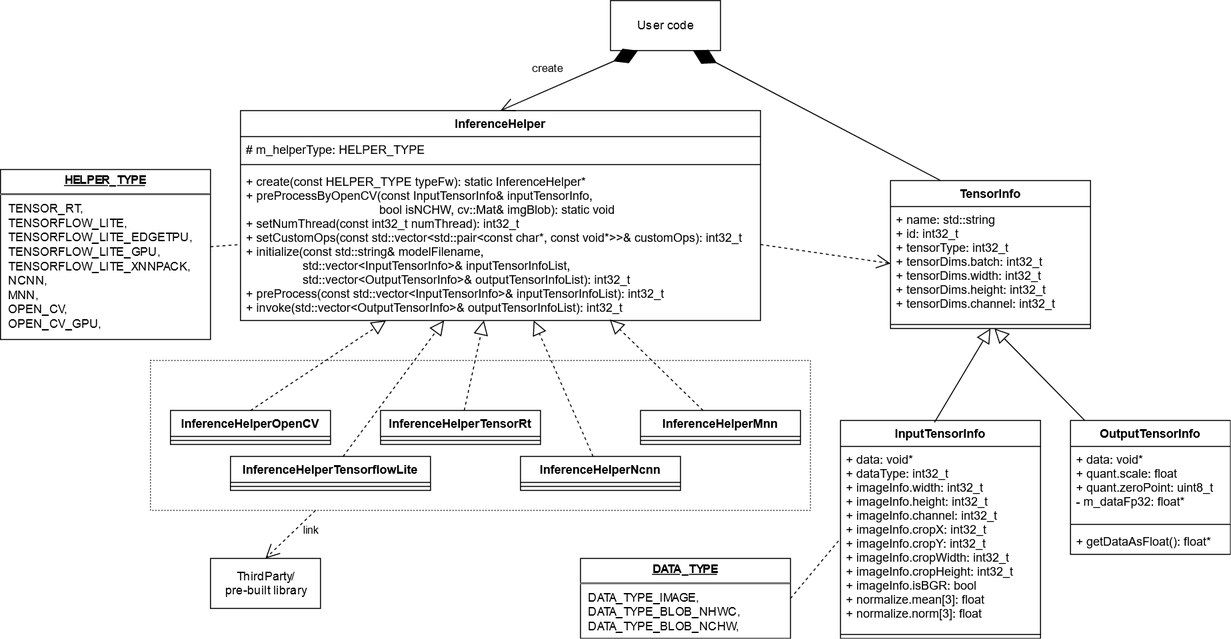
Above: 00_doc/class_diagram.png in iwatake2222/InferenceHelper (draw.io), before the change. Source tidied: cells renumbered, new cells last; positions are measured from the earlier drawing's top-left corner, leaving out a move shared by most shapes.
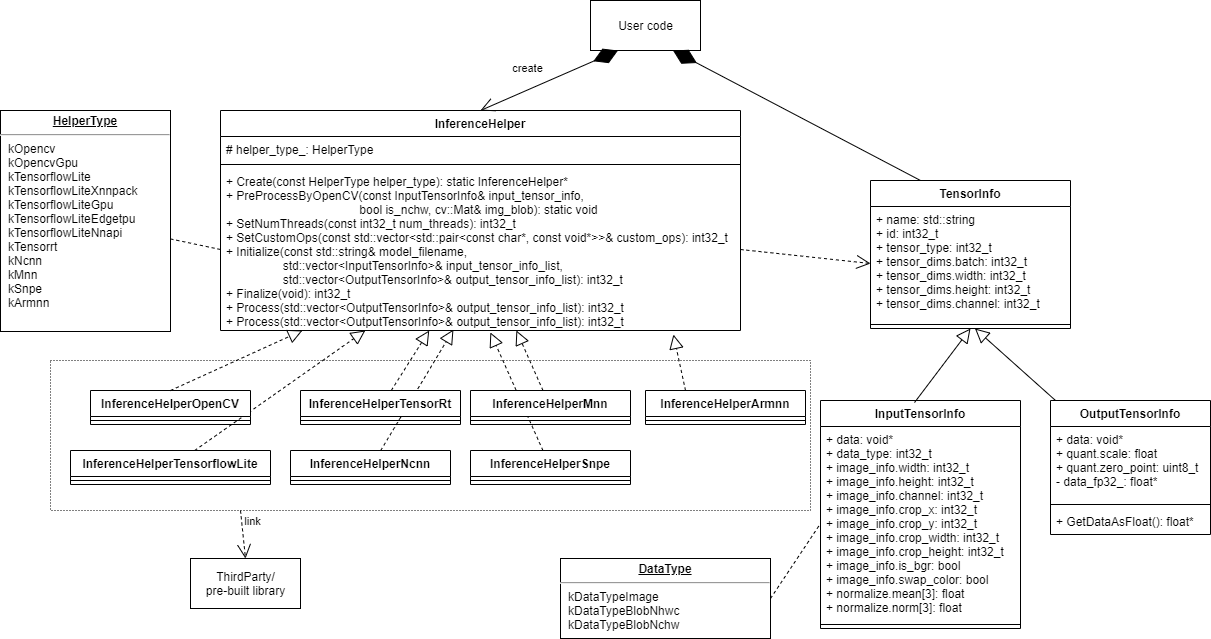
Later version of the same file.

Change to the diagram source:
```diff
@@ -2,34 +2,52 @@
   <root>
     <mxCell id="0" />
     <mxCell id="1" parent="0" />
+    <mxCell id="29" style="endArrow=block;dashed=1;endFill=0;endSize=12;html=1;" parent="1" edge="1" source="20" target="27">
+      <mxGeometry relative="1" as="geometry" />
+    </mxCell>
+    <mxCell id="44" style="endArrow=block;dashed=1;endFill=0;endSize=12;html=1;entryX=0.519;entryY=1.012;entryDx=0;entryDy=0;entryPerimeter=0;" parent="1" edge="1" source="45" target="27">
+      <mxGeometry relative="1" as="geometry" />
+    </mxCell>
+    <mxCell id="31" style="endArrow=block;dashed=1;endFill=0;endSize=12;html=1;entryX=0.448;entryY=0.994;entryDx=0;entryDy=0;entryPerimeter=0;" parent="1" edge="1" source="16" target="27">
+      <mxGeometry relative="1" as="geometry" />
+    </mxCell>
+    <mxCell id="16" value="InferenceHelperNcnn" style="swimlane;fontStyle=1;align=center;verticalAlign=top;horizontal=1;startSize=26;" parent="1" vertex="1">
+      <mxGeometry x="310" y="450" width="160" height="34" as="geometry" />
+    </mxCell>
+    <mxCell id="17" style="line;strokeWidth=1;fillColor=none;align=left;verticalAlign=middle;spacingTop=-1;spacingLeft=3;spacingRight=3;labelPosition=right;" parent="16" vertex="1">
+      <mxGeometry y="26" width="160" height="8" as="geometry" />
+    </mxCell>
+    <mxCell id="42" style="rounded=0;whiteSpace=wrap;html=1;fillColor=none;dashed=1;dashPattern=1 2;" parent="1" vertex="1">
+      <mxGeometry x="70" y="360" width="760" height="150" as="geometry" />
+    </mxCell>
     <mxCell id="2" value="TensorInfo" style="swimlane;fontStyle=1;align=center;verticalAlign=top;horizontal=1;startSize=26;" parent="1" vertex="1">
       <mxGeometry x="890" y="180" width="200" height="148" as="geometry" />
     </mxCell>
-    <mxCell id="3" value="+ name: std::string&#10;+ id: int32_t&#10;+ tensorType: int32_t&#10;+ tensorDims.batch: int32_t&#10;+ tensorDims.width: int32_t&#10;+ tensorDims.height: int32_t&#10;+ tensorDims.channel: int32_t&#10;" style="text;strokeColor=none;fillColor=none;align=left;verticalAlign=top;spacingLeft=4;spacingRight=4;overflow=hidden;points=[[0,0.5],[1,0.5]];portConstraint=eastwest;" parent="2" vertex="1">
+    <mxCell id="3" value="+ name: std::string&#10;+ id: int32_t&#10;+ tensor_type: int32_t&#10;+ tensor_dims.batch: int32_t&#10;+ tensor_dims.width: int32_t&#10;+ tensor_dims.height: int32_t&#10;+ tensor_dims.channel: int32_t&#10;" style="text;strokeColor=none;fillColor=none;align=left;verticalAlign=top;spacingLeft=4;spacingRight=4;overflow=hidden;points=[[0,0.5],[1,0.5]];portConstraint=eastwest;" parent="2" vertex="1">
       <mxGeometry y="26" width="200" height="114" as="geometry" />
     </mxCell>
     <mxCell id="4" style="line;strokeWidth=1;fillColor=none;align=left;verticalAlign=middle;spacingTop=-1;spacingLeft=3;spacingRight=3;labelPosition=right;points=[];portConstraint=eastwest;" parent="2" vertex="1">
       <mxGeometry y="140" width="200" height="8" as="geometry" />
     </mxCell>
     <mxCell id="5" value="InputTensorInfo" style="swimlane;fontStyle=1;align=center;verticalAlign=top;horizontal=1;startSize=26;" parent="1" vertex="1">
-      <mxGeometry x="840" y="420" width="200" height="218" as="geometry" />
+      <mxGeometry x="840" y="400" width="200" height="228" as="geometry" />
     </mxCell>
-    <mxCell id="6" value="+ data: void*&#10;+ dataType: int32_t&#10;+ imageInfo.width: int32_t&#10;+ imageInfo.height: int32_t&#10;+ imageInfo.channel: int32_t&#10;+ imageInfo.cropX: int32_t&#10;+ imageInfo.cropY: int32_t&#10;+ imageInfo.cropWidth: int32_t&#10;+ imageInfo.cropHeight: int32_t&#10;+ imageInfo.isBGR: bool&#10;+ normalize.mean[3]: float&#10;+ normalize.norm[3]: float" style="text;strokeColor=none;fillColor=none;align=left;verticalAlign=top;spacingLeft=4;spacingRight=4;overflow=hidden;points=[[0,0.5],[1,0.5]];portConstraint=eastwest;" parent="5" vertex="1">
-      <mxGeometry y="26" width="200" height="184" as="geometry" />
+    <mxCell id="6" value="+ data: void*&#10;+ data_type: int32_t&#10;+ image_info.width: int32_t&#10;+ image_info.height: int32_t&#10;+ image_info.channel: int32_t&#10;+ image_info.crop_x: int32_t&#10;+ image_info.crop_y: int32_t&#10;+ image_info.crop_width: int32_t&#10;+ image_info.crop_height: int32_t&#10;+ image_info.is_bgr: bool&#10;+ image_info.swap_color: bool&#10;+ normalize.mean[3]: float&#10;+ normalize.norm[3]: float" style="text;strokeColor=none;fillColor=none;align=left;verticalAlign=top;spacingLeft=4;spacingRight=4;overflow=hidden;points=[[0,0.5],[1,0.5]];portConstraint=eastwest;" parent="5" vertex="1">
+      <mxGeometry y="26" width="200" height="194" as="geometry" />
     </mxCell>
     <mxCell id="7" style="line;strokeWidth=1;fillColor=none;align=left;verticalAlign=middle;spacingTop=-1;spacingLeft=3;spacingRight=3;labelPosition=right;" parent="5" vertex="1">
-      <mxGeometry y="210" width="200" height="8" as="geometry" />
+      <mxGeometry y="220" width="200" height="8" as="geometry" />
     </mxCell>
     <mxCell id="8" value="OutputTensorInfo" style="swimlane;fontStyle=1;align=center;verticalAlign=top;horizontal=1;startSize=26;" parent="1" vertex="1">
-      <mxGeometry x="1070" y="420" width="160" height="134" as="geometry" />
+      <mxGeometry x="1070" y="400" width="160" height="134" as="geometry" />
     </mxCell>
-    <mxCell id="9" value="+ data: void*&#10;+ quant.scale: float&#10;+ quant.zeroPoint: uint8_t&#10;- m_dataFp32: float*" style="text;strokeColor=none;fillColor=none;align=left;verticalAlign=top;spacingLeft=4;spacingRight=4;overflow=hidden;" parent="8" vertex="1">
+    <mxCell id="9" value="+ data: void*&#10;+ quant.scale: float&#10;+ quant.zero_point: uint8_t&#10;- data_fp32_: float*" style="text;strokeColor=none;fillColor=none;align=left;verticalAlign=top;spacingLeft=4;spacingRight=4;overflow=hidden;" parent="8" vertex="1">
       <mxGeometry y="26" width="160" height="74" as="geometry" />
     </mxCell>
     <mxCell id="10" style="line;strokeWidth=1;fillColor=none;align=left;verticalAlign=middle;spacingTop=-1;spacingLeft=3;spacingRight=3;labelPosition=right;" parent="8" vertex="1">
       <mxGeometry y="100" width="160" height="8" as="geometry" />
     </mxCell>
-    <mxCell id="11" value="+ getDataAsFloat(): float*" style="text;strokeColor=none;fillColor=none;align=left;verticalAlign=top;spacingLeft=4;spacingRight=4;overflow=hidden;" parent="8" vertex="1">
+    <mxCell id="11" value="+ GetDataAsFloat(): float*" style="text;strokeColor=none;fillColor=none;align=left;verticalAlign=top;spacingLeft=4;spacingRight=4;overflow=hidden;" parent="8" vertex="1">
       <mxGeometry y="108" width="160" height="26" as="geometry" />
     </mxCell>
     <mxCell id="12" style="endArrow=block;endFill=0;endSize=12;html=1;entryX=0.5;entryY=1;entryDx=0;entryDy=0;exitX=0.47;exitY=0.009;exitDx=0;exitDy=0;exitPerimeter=0;" parent="1" edge="1" source="5" target="2">
@@ -39,66 +57,54 @@
       <mxGeometry relative="1" as="geometry" />
     </mxCell>
     <mxCell id="14" value="InferenceHelperMnn" style="swimlane;fontStyle=1;align=center;verticalAlign=top;horizontal=1;startSize=26;" parent="1" vertex="1">
-      <mxGeometry x="640" y="410" width="160" height="34" as="geometry" />
+      <mxGeometry x="490" y="390" width="160" height="34" as="geometry" />
     </mxCell>
     <mxCell id="15" style="line;strokeWidth=1;fillColor=none;align=left;verticalAlign=middle;spacingTop=-1;spacingLeft=3;spacingRight=3;labelPosition=right;" parent="14" vertex="1">
       <mxGeometry y="26" width="160" height="8" as="geometry" />
     </mxCell>
-    <mxCell id="16" value="InferenceHelperNcnn" style="swimlane;fontStyle=1;align=center;verticalAlign=top;horizontal=1;startSize=26;" parent="1" vertex="1">
-      <mxGeometry x="520" y="456" width="160" height="34" as="geometry" />
-    </mxCell>
-    <mxCell id="17" style="line;strokeWidth=1;fillColor=none;align=left;verticalAlign=middle;spacingTop=-1;spacingLeft=3;spacingRight=3;labelPosition=right;" parent="16" vertex="1">
-      <mxGeometry y="26" width="160" height="8" as="geometry" />
-    </mxCell>
     <mxCell id="18" value="InferenceHelperOpenCV" style="swimlane;fontStyle=1;align=center;verticalAlign=top;horizontal=1;startSize=26;" parent="1" vertex="1">
-      <mxGeometry x="170" y="410" width="160" height="34" as="geometry" />
+      <mxGeometry x="110" y="390" width="160" height="34" as="geometry" />
     </mxCell>
     <mxCell id="19" style="line;strokeWidth=1;fillColor=none;align=left;verticalAlign=middle;spacingTop=-1;spacingLeft=3;spacingRight=3;labelPosition=right;" parent="18" vertex="1">
       <mxGeometry y="26" width="160" height="8" as="geometry" />
     </mxCell>
     <mxCell id="20" value="InferenceHelperTensorflowLite" style="swimlane;fontStyle=1;align=center;verticalAlign=top;horizontal=1;startSize=26;" parent="1" vertex="1">
-      <mxGeometry x="230" y="456" width="200" height="34" as="geometry" />
+      <mxGeometry x="90" y="450" width="200" height="34" as="geometry" />
     </mxCell>
     <mxCell id="21" style="line;strokeWidth=1;fillColor=none;align=left;verticalAlign=middle;spacingTop=-1;spacingLeft=3;spacingRight=3;labelPosition=right;" parent="20" vertex="1">
       <mxGeometry y="26" width="200" height="8" as="geometry" />
     </mxCell>
     <mxCell id="22" value="InferenceHelperTensorRt" style="swimlane;fontStyle=1;align=center;verticalAlign=top;horizontal=1;startSize=26;" parent="1" vertex="1">
-      <mxGeometry x="380" y="410" width="160" height="34" as="geometry" />
+      <mxGeometry x="320" y="390" width="160" height="34" as="geometry" />
     </mxCell>
     <mxCell id="23" style="line;strokeWidth=1;fillColor=none;align=left;verticalAlign=middle;spacingTop=-1;spacingLeft=3;spacingRight=3;labelPosition=right;" parent="22" vertex="1">
       <mxGeometry y="26" width="160" height="8" as="geometry" />
     </mxCell>
     <mxCell id="24" value="InferenceHelper" style="swimlane;fontStyle=1;align=center;verticalAlign=top;horizontal=1;startSize=26;" parent="1" vertex="1">
-      <mxGeometry x="240" y="110" width="520" height="210" as="geometry" />
+      <mxGeometry x="240" y="110" width="520" height="220" as="geometry" />
     </mxCell>
-    <mxCell id="25" value="# m_helperType: HELPER_TYPE" style="text;strokeColor=none;fillColor=none;align=left;verticalAlign=top;spacingLeft=4;spacingRight=4;overflow=hidden;" parent="24" vertex="1">
+    <mxCell id="25" value="# helper_type_: HelperType" style="text;strokeColor=none;fillColor=none;align=left;verticalAlign=top;spacingLeft=4;spacingRight=4;overflow=hidden;" parent="24" vertex="1">
       <mxGeometry y="26" width="520" height="24" as="geometry" />
     </mxCell>
     <mxCell id="26" style="line;strokeWidth=1;fillColor=none;align=left;verticalAlign=middle;spacingTop=-1;spacingLeft=3;spacingRight=3;labelPosition=right;" parent="24" vertex="1">
       <mxGeometry y="50" width="520" height="8" as="geometry" />
     </mxCell>
-    <mxCell id="27" value="+ create(const HELPER_TYPE typeFw): static InferenceHelper*&#10;+ preProcessByOpenCV(const InputTensorInfo&amp; inputTensorInfo,&#10;                                        bool isNCHW, cv::Mat&amp; imgBlob): static void&#10;+ setNumThread(const int32_t numThread): int32_t&#10;+ setCustomOps(const std::vector&lt;std::pair&lt;const char*, const void*&gt;&gt;&amp; customOps): int32_t&#10;+ initialize(const std::string&amp; modelFilename, &#10;                 std::vector&lt;InputTensorInfo&gt;&amp; inputTensorInfoList, &#10;                 std::vector&lt;OutputTensorInfo&gt;&amp; outputTensorInfoList): int32_t&#10;+ preProcess(const std::vector&lt;InputTensorInfo&gt;&amp; inputTensorInfoList): int32_t&#10;+ invoke(std::vector&lt;OutputTensorInfo&gt;&amp; outputTensorInfoList): int32_t" style="text;strokeColor=none;fillColor=none;align=left;verticalAlign=top;spacingLeft=4;spacingRight=4;overflow=hidden;points=[[0,0.5],[1,0.5]];portConstraint=eastwest;" parent="24" vertex="1">
-      <mxGeometry y="58" width="520" height="152" as="geometry" />
+    <mxCell id="27" value="+ Create(const HelperType helper_type): static InferenceHelper*&#10;+ PreProcessByOpenCV(const InputTensorInfo&amp; input_tensor_info,&#10;                                        bool is_nchw, cv::Mat&amp; img_blob): static void&#10;+ SetNumThreads(const int32_t num_threads): int32_t&#10;+ SetCustomOps(const std::vector&lt;std::pair&lt;const char*, const void*&gt;&gt;&amp; custom_ops): int32_t&#10;+ Initialize(const std::string&amp; model_filename, &#10;                 std::vector&lt;InputTensorInfo&gt;&amp; input_tensor_info_list, &#10;                 std::vector&lt;OutputTensorInfo&gt;&amp; output_tensor_info_list): int32_t&#10;+ Finalize(void): int32_t&#10;+ Process(std::vector&lt;OutputTensorInfo&gt;&amp; output_tensor_info_list): int32_t&#10;+ Process(std::vector&lt;OutputTensorInfo&gt;&amp; output_tensor_info_list): int32_t" style="text;strokeColor=none;fillColor=none;align=left;verticalAlign=top;spacingLeft=4;spacingRight=4;overflow=hidden;points=[[0,0.5],[1,0.5]];portConstraint=eastwest;" parent="24" vertex="1">
+      <mxGeometry y="58" width="520" height="162" as="geometry" />
     </mxCell>
     <mxCell id="28" style="endArrow=block;dashed=1;endFill=0;endSize=12;html=1;exitX=0.5;exitY=0;exitDx=0;exitDy=0;" parent="1" edge="1" source="18" target="27">
       <mxGeometry relative="1" as="geometry" />
     </mxCell>
-    <mxCell id="29" style="endArrow=block;dashed=1;endFill=0;endSize=12;html=1;" parent="1" edge="1" source="20" target="27">
-      <mxGeometry relative="1" as="geometry" />
-    </mxCell>
     <mxCell id="30" style="endArrow=block;dashed=1;endFill=0;endSize=12;html=1;" parent="1" edge="1" source="22" target="27">
       <mxGeometry relative="1" as="geometry" />
     </mxCell>
-    <mxCell id="31" style="endArrow=block;dashed=1;endFill=0;endSize=12;html=1;" parent="1" edge="1" source="16" target="27">
-      <mxGeometry relative="1" as="geometry" />
-    </mxCell>
-    <mxCell id="32" style="endArrow=block;dashed=1;endFill=0;endSize=12;html=1;entryX=0.71;entryY=0.993;entryDx=0;entryDy=0;entryPerimeter=0;" parent="1" edge="1" source="14" target="27">
+    <mxCell id="32" style="endArrow=block;dashed=1;endFill=0;endSize=12;html=1;" parent="1" edge="1" source="14" target="27">
       <mxGeometry relative="1" as="geometry" />
     </mxCell>
-    <mxCell id="33" value="&lt;p style=&quot;margin: 4px 0px 0px ; text-align: center&quot;&gt;&lt;b&gt;&lt;u&gt;HELPER_TYPE&lt;/u&gt;&lt;/b&gt;&lt;br&gt;&lt;/p&gt;&lt;hr&gt;&lt;p style=&quot;margin: 0px ; margin-left: 8px&quot;&gt;TENSOR_RT,&lt;/p&gt;&lt;p style=&quot;margin: 0px ; margin-left: 8px&quot;&gt;TENSORFLOW_LITE,&lt;/p&gt;&lt;p style=&quot;margin: 0px ; margin-left: 8px&quot;&gt;TENSORFLOW_LITE_EDGETPU,&lt;/p&gt;&lt;p style=&quot;margin: 0px ; margin-left: 8px&quot;&gt;TENSORFLOW_LITE_GPU,&lt;/p&gt;&lt;p style=&quot;margin: 0px ; margin-left: 8px&quot;&gt;TENSORFLOW_LITE_XNNPACK,&lt;/p&gt;&lt;p style=&quot;margin: 0px ; margin-left: 8px&quot;&gt;NCNN,&lt;/p&gt;&lt;p style=&quot;margin: 0px ; margin-left: 8px&quot;&gt;MNN,&lt;/p&gt;&lt;p style=&quot;margin: 0px ; margin-left: 8px&quot;&gt;OPEN_CV,&lt;/p&gt;&lt;p style=&quot;margin: 0px ; margin-left: 8px&quot;&gt;OPEN_CV_GPU,&lt;/p&gt;" style="verticalAlign=top;align=left;overflow=fill;fontSize=12;fontFamily=Helvetica;html=1;" parent="1" vertex="1">
-      <mxGeometry y="169" width="210" height="170" as="geometry" />
+    <mxCell id="33" value="&lt;p style=&quot;margin: 4px 0px 0px ; text-align: center&quot;&gt;&lt;b&gt;&lt;u&gt;HelperType&lt;/u&gt;&lt;/b&gt;&lt;br&gt;&lt;/p&gt;&lt;hr&gt;&lt;p style=&quot;margin: 0px ; margin-left: 8px&quot;&gt;kOpencv&lt;/p&gt;&lt;p style=&quot;margin: 0px ; margin-left: 8px&quot;&gt;kOpencvGpu&lt;/p&gt;&lt;p style=&quot;margin: 0px ; margin-left: 8px&quot;&gt;kTensorflowLite&lt;/p&gt;&lt;p style=&quot;margin: 0px ; margin-left: 8px&quot;&gt;kTensorflowLiteXnnpack&lt;/p&gt;&lt;p style=&quot;margin: 0px ; margin-left: 8px&quot;&gt;kTensorflowLiteGpu&lt;/p&gt;&lt;p style=&quot;margin: 0px ; margin-left: 8px&quot;&gt;kTensorflowLiteEdgetpu&lt;/p&gt;&lt;p style=&quot;margin: 0px ; margin-left: 8px&quot;&gt;kTensorflowLiteNnapi&lt;/p&gt;&lt;p style=&quot;margin: 0px ; margin-left: 8px&quot;&gt;kTensorrt&lt;/p&gt;&lt;p style=&quot;margin: 0px ; margin-left: 8px&quot;&gt;kNcnn&lt;/p&gt;&lt;p style=&quot;margin: 0px ; margin-left: 8px&quot;&gt;kMnn&lt;/p&gt;&lt;p style=&quot;margin: 0px ; margin-left: 8px&quot;&gt;kSnpe&lt;/p&gt;&lt;p style=&quot;margin: 0px ; margin-left: 8px&quot;&gt;kArmnn&lt;/p&gt;" style="verticalAlign=top;align=left;overflow=fill;fontSize=12;fontFamily=Helvetica;html=1;" parent="1" vertex="1">
+      <mxGeometry x="20" y="110" width="170" height="221" as="geometry" />
     </mxCell>
-    <mxCell id="34" value="&lt;p style=&quot;margin: 4px 0px 0px ; text-align: center&quot;&gt;&lt;b&gt;&lt;u&gt;DATA_TYPE&lt;/u&gt;&lt;/b&gt;&lt;br&gt;&lt;/p&gt;&lt;hr&gt;&lt;p style=&quot;margin: 0px ; margin-left: 8px&quot;&gt;DATA_TYPE_IMAGE,&lt;/p&gt;&lt;p style=&quot;margin: 0px ; margin-left: 8px&quot;&gt;DATA_TYPE_BLOB_NHWC,&lt;/p&gt;&lt;p style=&quot;margin: 0px ; margin-left: 8px&quot;&gt;DATA_TYPE_BLOB_NCHW,&lt;/p&gt;" style="verticalAlign=top;align=left;overflow=fill;fontSize=12;fontFamily=Helvetica;html=1;" parent="1" vertex="1">
+    <mxCell id="34" value="&lt;p style=&quot;margin: 4px 0px 0px ; text-align: center&quot;&gt;&lt;b&gt;&lt;u&gt;DataType&lt;/u&gt;&lt;/b&gt;&lt;br&gt;&lt;/p&gt;&lt;hr&gt;&lt;p style=&quot;margin: 0px ; margin-left: 8px&quot;&gt;kDataTypeImage&lt;br&gt;&lt;/p&gt;&lt;p style=&quot;margin: 0px ; margin-left: 8px&quot;&gt;kDataTypeBlobNhwc&lt;br&gt;&lt;/p&gt;&lt;p style=&quot;margin: 0px ; margin-left: 8px&quot;&gt;kDataTypeBlobNchw&lt;br&gt;&lt;/p&gt;" style="verticalAlign=top;align=left;overflow=fill;fontSize=12;fontFamily=Helvetica;html=1;" parent="1" vertex="1">
       <mxGeometry x="580" y="558" width="210" height="80" as="geometry" />
     </mxCell>
     <mxCell id="35" style="endArrow=none;dashed=1;html=1;entryX=0;entryY=0.5;entryDx=0;entryDy=0;" parent="1" edge="1" source="33" target="27">
@@ -122,11 +128,23 @@
     <mxCell id="41" value="ThirdParty/&lt;br&gt;pre-built library" style="html=1;" parent="1" vertex="1">
       <mxGeometry x="210" y="558" width="110" height="50" as="geometry" />
     </mxCell>
-    <mxCell id="42" style="rounded=0;whiteSpace=wrap;html=1;fillColor=none;dashed=1;dashPattern=1 2;" parent="1" vertex="1">
-      <mxGeometry x="150" y="360" width="660" height="150" as="geometry" />
-    </mxCell>
     <mxCell id="43" value="link" style="endArrow=open;endFill=1;endSize=12;html=1;entryX=0.5;entryY=0;entryDx=0;entryDy=0;exitX=0.25;exitY=1;exitDx=0;exitDy=0;dashed=1;" parent="1" edge="1" source="42" target="41">
       <mxGeometry x="-0.5" y="11" relative="1" as="geometry" />
     </mxCell>
+    <mxCell id="45" value="InferenceHelperSnpe" style="swimlane;fontStyle=1;align=center;verticalAlign=top;horizontal=1;startSize=26;" parent="1" vertex="1">
+      <mxGeometry x="490" y="450" width="160" height="34" as="geometry" />
+    </mxCell>
+    <mxCell id="46" style="line;strokeWidth=1;fillColor=none;align=left;verticalAlign=middle;spacingTop=-1;spacingLeft=3;spacingRight=3;labelPosition=right;" parent="45" vertex="1">
+      <mxGeometry y="26" width="160" height="8" as="geometry" />
+    </mxCell>
+    <mxCell id="47" value="InferenceHelperArmnn" style="swimlane;fontStyle=1;align=center;verticalAlign=top;horizontal=1;startSize=26;" parent="1" vertex="1">
+      <mxGeometry x="665" y="390" width="160" height="34" as="geometry" />
+    </mxCell>
+    <mxCell id="48" style="line;strokeWidth=1;fillColor=none;align=left;verticalAlign=middle;spacingTop=-1;spacingLeft=3;spacingRight=3;labelPosition=right;" parent="47" vertex="1">
+      <mxGeometry y="26" width="160" height="8" as="geometry" />
+    </mxCell>
+    <mxCell id="49" style="endArrow=block;dashed=1;endFill=0;endSize=12;html=1;entryX=0.871;entryY=1.025;entryDx=0;entryDy=0;entryPerimeter=0;exitX=0.25;exitY=0;exitDx=0;exitDy=0;" parent="1" edge="1" source="47" target="27">
+      <mxGeometry relative="1" as="geometry" />
+    </mxCell>
   </root>
 </mxGraphModel>
```
